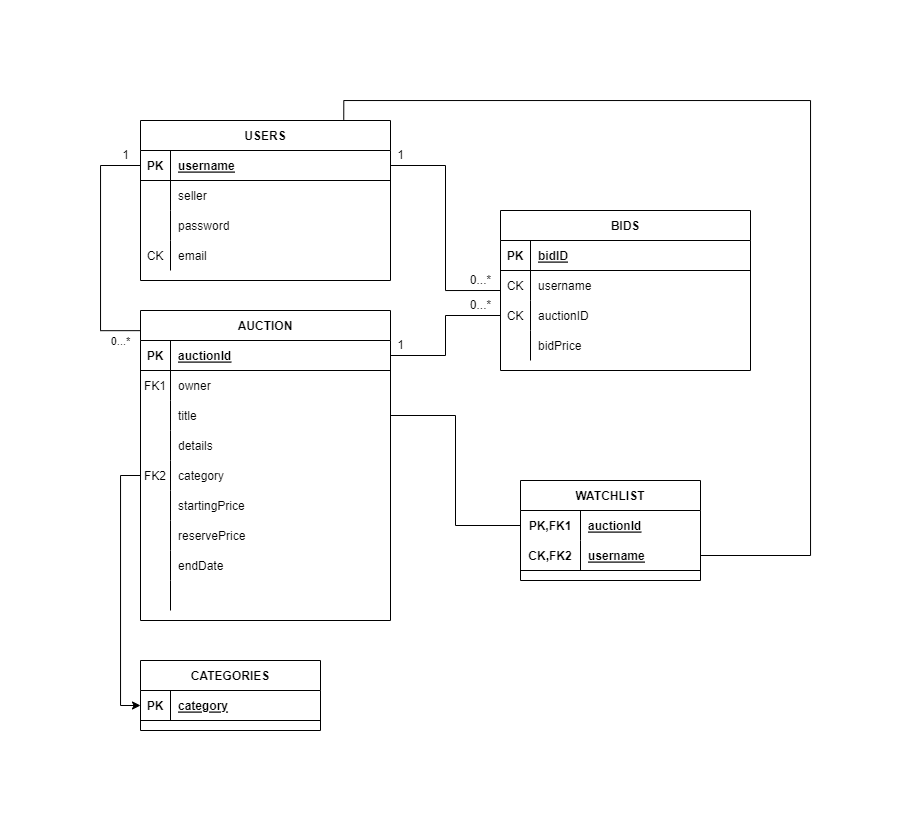
The draw.io diagram er-diagram.drawio.png in jcgloria/dbf_project, before a commit. Source tidied: cells renumbered, new cells last; positions are measured from the earlier drawing's top-left corner, leaving out a move shared by most shapes.
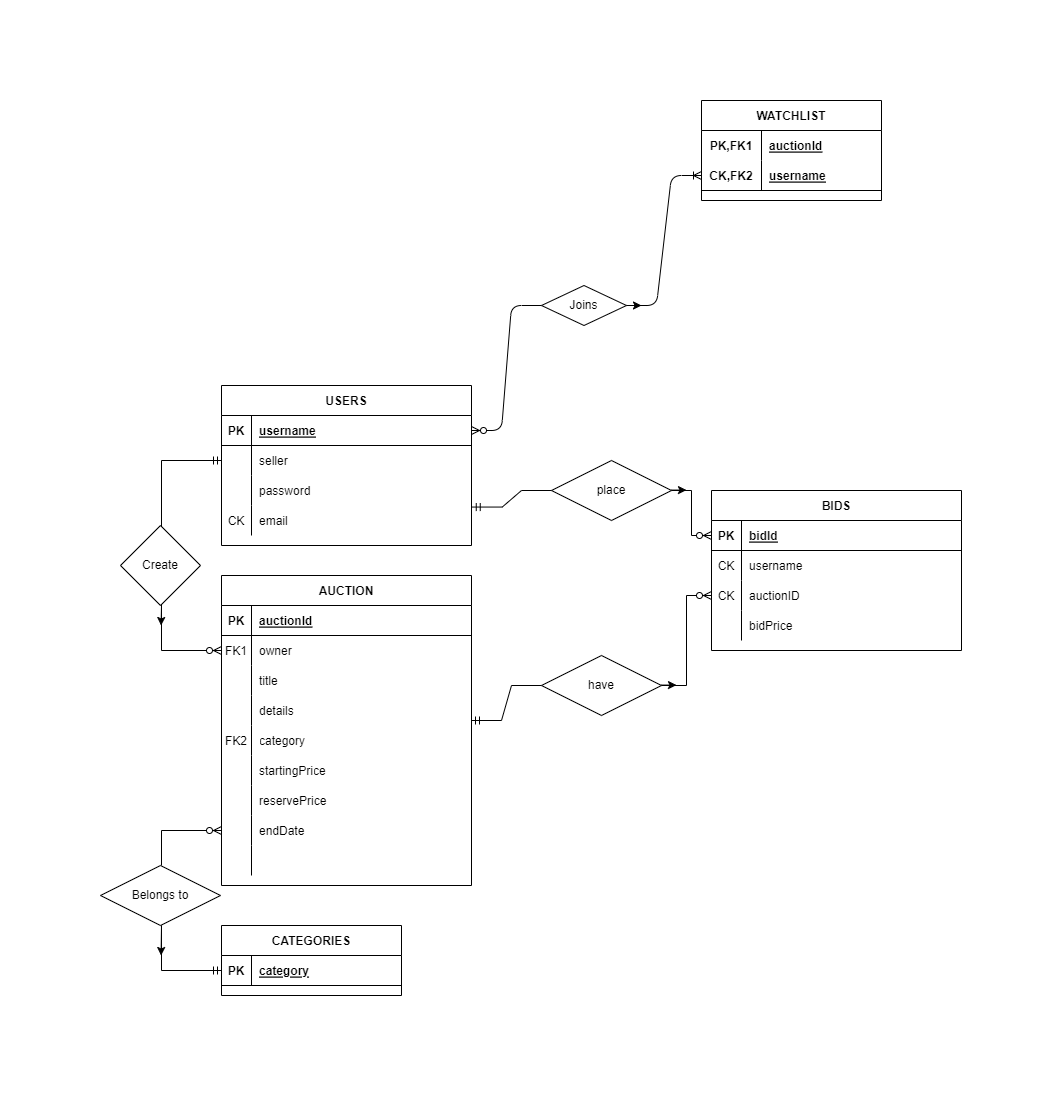
After the commit.

Diff of the diagram source:
```diff
@@ -87,7 +87,7 @@
       <mxGeometry x="30" width="220" height="30" as="geometry" />
     </mxCell>
     <mxCell id="30" value="BIDS" style="shape=table;startSize=30;rowLines=0;fontStyle=1;align=center;" parent="1" vertex="1">
-      <mxGeometry x="400" y="110" width="250" height="160" as="geometry" />
+      <mxGeometry x="530" y="125" width="250" height="160" as="geometry" />
     </mxCell>
     <mxCell id="31" style="shape=partialRectangle;fillColor=none;points=[[0,0.5],[1,0.5]];portConstraint=eastwest;top=0;left=0;right=0;bottom=1;" parent="30" vertex="1">
       <mxGeometry y="30" width="250" height="30" as="geometry" />
@@ -95,7 +95,7 @@
     <mxCell id="32" value="PK" style="shape=partialRectangle;overflow=hidden;fillColor=none;top=0;left=0;bottom=0;right=0;fontStyle=1;" parent="31" vertex="1">
       <mxGeometry width="30" height="30" as="geometry" />
     </mxCell>
-    <mxCell id="33" value="bidID" style="shape=partialRectangle;overflow=hidden;fillColor=none;top=0;left=0;bottom=0;right=0;align=left;spacingLeft=6;fontStyle=5;" parent="31" vertex="1">
+    <mxCell id="33" value="bidId" style="shape=partialRectangle;overflow=hidden;fillColor=none;top=0;left=0;bottom=0;right=0;align=left;spacingLeft=6;fontStyle=5;" parent="31" vertex="1">
       <mxGeometry x="30" width="220" height="30" as="geometry" />
     </mxCell>
     <mxCell id="34" style="shape=partialRectangle;fillColor=none;top=0;left=0;right=0;bottom=0;" parent="30" vertex="1">
@@ -176,45 +176,8 @@
     <mxCell id="59" value="category" style="shape=partialRectangle;fillColor=none;top=0;left=0;bottom=0;right=0;align=left;spacingLeft=6;fontStyle=5;overflow=hidden;" parent="57" vertex="1">
       <mxGeometry x="30" width="150" height="30" as="geometry" />
     </mxCell>
-    <mxCell id="60" style="edgeStyle=orthogonalEdgeStyle;rounded=0;jettySize=auto;html=1;exitX=0;exitY=0.5;exitDx=0;exitDy=0;entryX=0;entryY=0.5;entryDx=0;entryDy=0;" parent="1" edge="1" source="15" target="57">
-      <mxGeometry relative="1" as="geometry" />
-    </mxCell>
-    <mxCell id="61" style="edgeStyle=orthogonalEdgeStyle;rounded=0;jettySize=auto;html=1;exitX=0;exitY=0.5;exitDx=0;exitDy=0;entryX=0.001;entryY=0.065;entryDx=0;entryDy=0;entryPerimeter=0;endArrow=none;endFill=0;" parent="1" edge="1" source="44" target="2">
-      <mxGeometry relative="1" as="geometry">
-        <Array as="points">
-          <mxPoint y="65" />
-          <mxPoint y="230" />
-        </Array>
-      </mxGeometry>
-    </mxCell>
-    <mxCell id="62" value="0...*" style="edgeLabel;html=1;align=center;verticalAlign=middle;" parent="61" vertex="1">
-      <mxGeometry x="0.74" y="1" relative="1" as="geometry">
-        <mxPoint x="11" y="11" as="offset" />
-      </mxGeometry>
-    </mxCell>
-    <mxCell id="63" style="edgeStyle=orthogonalEdgeStyle;rounded=0;jettySize=auto;html=1;exitX=1;exitY=0.5;exitDx=0;exitDy=0;entryX=0;entryY=0.5;entryDx=0;entryDy=0;endArrow=none;endFill=0;" parent="1" edge="1" source="44" target="30">
-      <mxGeometry relative="1" as="geometry" />
-    </mxCell>
-    <mxCell id="64" style="edgeStyle=orthogonalEdgeStyle;rounded=0;jettySize=auto;html=1;exitX=0;exitY=0.5;exitDx=0;exitDy=0;entryX=1;entryY=0.5;entryDx=0;entryDy=0;endArrow=none;endFill=0;" parent="1" edge="1" source="37" target="3">
-      <mxGeometry relative="1" as="geometry" />
-    </mxCell>
-    <mxCell id="65" value="0...*" style="text;html=1;align=center;verticalAlign=middle;strokeColor=none;fillColor=none;" parent="1" vertex="1">
-      <mxGeometry x="360" y="165" width="40" height="30" as="geometry" />
-    </mxCell>
-    <mxCell id="66" value="1" style="text;html=1;align=center;verticalAlign=middle;strokeColor=none;fillColor=none;" parent="1" vertex="1">
-      <mxGeometry x="285" y="40" width="30" height="30" as="geometry" />
-    </mxCell>
-    <mxCell id="67" value="1" style="text;html=1;align=center;verticalAlign=middle;strokeColor=none;fillColor=none;" parent="1" vertex="1">
-      <mxGeometry x="10" y="40" width="30" height="30" as="geometry" />
-    </mxCell>
-    <mxCell id="68" value="0...*" style="text;html=1;align=center;verticalAlign=middle;strokeColor=none;fillColor=none;" parent="1" vertex="1">
-      <mxGeometry x="360" y="190" width="40" height="30" as="geometry" />
-    </mxCell>
-    <mxCell id="69" value="1" style="text;html=1;align=center;verticalAlign=middle;strokeColor=none;fillColor=none;" parent="1" vertex="1">
-      <mxGeometry x="285" y="230" width="30" height="30" as="geometry" />
-    </mxCell>
     <mxCell id="70" value="WATCHLIST" style="shape=table;startSize=30;rowLines=0;fontStyle=1;align=center;" parent="1" vertex="1">
-      <mxGeometry x="420" y="380" width="180" height="100" as="geometry" />
+      <mxGeometry x="520" y="-265" width="180" height="100" as="geometry" />
     </mxCell>
     <mxCell id="71" style="shape=tableRow;horizontal=0;startSize=0;swimlaneHead=0;swimlaneBody=0;fillColor=none;points=[[0,0.5],[1,0.5]];portConstraint=eastwest;top=0;left=0;right=0;bottom=0;" parent="70" vertex="1">
       <mxGeometry y="30" width="180" height="30" as="geometry" />
@@ -234,17 +197,93 @@
     <mxCell id="76" value="username" style="shape=partialRectangle;fillColor=none;top=0;left=0;bottom=0;right=0;align=left;spacingLeft=6;fontStyle=5;overflow=hidden;" parent="74" vertex="1">
       <mxGeometry x="60" width="120" height="30" as="geometry" />
     </mxCell>
-    <mxCell id="77" style="edgeStyle=orthogonalEdgeStyle;rounded=0;jettySize=auto;html=1;exitX=0;exitY=0.5;exitDx=0;exitDy=0;endArrow=none;endFill=0;" parent="1" edge="1" source="71" target="9">
-      <mxGeometry relative="1" as="geometry" />
-    </mxCell>
-    <mxCell id="78" style="edgeStyle=orthogonalEdgeStyle;rounded=0;jettySize=auto;html=1;exitX=1;exitY=0.5;exitDx=0;exitDy=0;entryX=0.813;entryY=-0.005;entryDx=0;entryDy=0;entryPerimeter=0;endArrow=none;endFill=0;" parent="1" edge="1" source="74" target="43">
-      <mxGeometry relative="1" as="geometry">
-        <Array as="points">
-          <mxPoint x="710" y="455" />
-          <mxPoint x="710" />
-          <mxPoint x="243" />
-        </Array>
-      </mxGeometry>
-    </mxCell>
+    <mxCell id="79" style="edgeStyle=entityRelationEdgeStyle;fontSize=12;html=1;endArrow=ERoneToMany;startArrow=none;fontFamily=Helvetica;fontColor=default;align=center;strokeColor=default;exitX=1;exitY=0.5;exitDx=0;exitDy=0;" parent="1" edge="1" source="80" target="74">
+      <mxGeometry relative="1" as="geometry" />
+    </mxCell>
+    <mxCell id="80" value="Joins" style="shape=rhombus;perimeter=rhombusPerimeter;whiteSpace=wrap;html=1;align=center;fontSize=12;" parent="1" vertex="1">
+      <mxGeometry x="360" y="-80" width="85" height="40" as="geometry" />
+    </mxCell>
+    <mxCell id="81" style="edgeStyle=entityRelationEdgeStyle;fontSize=12;html=1;endArrow=none;startArrow=ERzeroToMany;fontFamily=Helvetica;fontColor=default;align=center;strokeColor=default;exitX=1;exitY=0.5;exitDx=0;exitDy=0;" parent="1" edge="1" source="44" target="80">
+      <mxGeometry relative="1" as="geometry" />
+    </mxCell>
+    <mxCell id="82" style="edgeStyle=orthogonalEdgeStyle;fontSize=12;html=1;endArrow=ERzeroToMany;startArrow=none;rounded=0;entryX=0;entryY=0.5;entryDx=0;entryDy=0;exitX=1;exitY=0.5;exitDx=0;exitDy=0;" parent="1" edge="1" source="92" target="31">
+      <mxGeometry relative="1" as="geometry" />
+    </mxCell>
+    <mxCell id="83" style="edgeStyle=orthogonalEdgeStyle;fontSize=12;html=1;endArrow=ERzeroToMany;startArrow=none;rounded=0;exitX=1;exitY=0.5;exitDx=0;exitDy=0;" parent="1" edge="1" source="95" target="37">
+      <mxGeometry relative="1" as="geometry" />
+    </mxCell>
+    <mxCell id="84" style="fontSize=12;html=1;endArrow=ERzeroToMany;startArrow=ERmandOne;rounded=0;edgeStyle=orthogonalEdgeStyle;entryX=0;entryY=0.5;entryDx=0;entryDy=0;exitX=0;exitY=0.5;exitDx=0;exitDy=0;" parent="1" edge="1" source="47" target="6">
+      <mxGeometry relative="1" as="geometry">
+        <Array as="points">
+          <mxPoint x="-20" y="95" />
+          <mxPoint x="-20" y="285" />
+        </Array>
+      </mxGeometry>
+    </mxCell>
+    <mxCell id="85" value="Create" style="rhombus;whiteSpace=wrap;html=1;" parent="1" vertex="1">
+      <mxGeometry x="-61" y="160" width="80" height="80" as="geometry" />
+    </mxCell>
+    <mxCell id="86" style="fontSize=12;html=1;endArrow=ERzeroToMany;startArrow=none;rounded=0;exitX=0.5;exitY=0;exitDx=0;exitDy=0;entryX=0;entryY=0.5;entryDx=0;entryDy=0;" parent="1" edge="1" target="24">
+      <mxGeometry relative="1" as="geometry">
+        <mxPoint x="-20" y="500" as="sourcePoint" />
+        <Array as="points">
+          <mxPoint x="-20" y="465" />
+        </Array>
+      </mxGeometry>
+    </mxCell>
+    <mxCell id="87" value="Belongs to" style="shape=rhombus;perimeter=rhombusPerimeter;whiteSpace=wrap;html=1;align=center;" parent="1" vertex="1">
+      <mxGeometry x="-81" y="500" width="120" height="60" as="geometry" />
+    </mxCell>
+    <mxCell id="88" style="fontSize=12;html=1;endArrow=none;startArrow=ERmandOne;rounded=0;exitX=0;exitY=0.5;exitDx=0;exitDy=0;entryX=0.5;entryY=1;entryDx=0;entryDy=0;" parent="1" edge="1" source="57">
+      <mxGeometry relative="1" as="geometry">
+        <mxPoint x="-20" y="560" as="targetPoint" />
+        <Array as="points">
+          <mxPoint x="-20" y="605" />
+        </Array>
+      </mxGeometry>
+    </mxCell>
+    <mxCell id="89" style="endArrow=classic;html=1;rounded=0;exitX=1;exitY=0.5;exitDx=0;exitDy=0;" parent="1" edge="1" source="80">
+      <mxGeometry relative="1" as="geometry">
+        <mxPoint x="460" y="-60" as="targetPoint" />
+      </mxGeometry>
+    </mxCell>
+    <mxCell id="90" style="endArrow=classic;html=1;rounded=0;" parent="1" edge="1">
+      <mxGeometry relative="1" as="geometry">
+        <mxPoint x="-20" y="240" as="sourcePoint" />
+        <mxPoint x="-20.4" y="260" as="targetPoint" />
+      </mxGeometry>
+    </mxCell>
+    <mxCell id="91" style="endArrow=classic;html=1;rounded=0;" parent="1" edge="1">
+      <mxGeometry relative="1" as="geometry">
+        <mxPoint x="-20" y="560" as="sourcePoint" />
+        <mxPoint x="-20.4" y="590" as="targetPoint" />
+      </mxGeometry>
+    </mxCell>
+    <mxCell id="92" value="place" style="shape=rhombus;perimeter=rhombusPerimeter;whiteSpace=wrap;html=1;align=center;" parent="1" vertex="1">
+      <mxGeometry x="370" y="95" width="120" height="60" as="geometry" />
+    </mxCell>
+    <mxCell id="93" style="edgeStyle=entityRelationEdgeStyle;fontSize=12;html=1;endArrow=none;startArrow=ERmandOne;rounded=0;entryX=0;entryY=0.5;entryDx=0;entryDy=0;exitX=1.003;exitY=0.052;exitDx=0;exitDy=0;exitPerimeter=0;" parent="1" edge="1" source="53" target="92">
+      <mxGeometry relative="1" as="geometry" />
+    </mxCell>
+    <mxCell id="94" style="endArrow=classic;html=1;rounded=0;exitX=1;exitY=0.5;exitDx=0;exitDy=0;" parent="1" edge="1">
+      <mxGeometry relative="1" as="geometry">
+        <mxPoint x="490" y="124.6" as="sourcePoint" />
+        <mxPoint x="505" y="124.6" as="targetPoint" />
+      </mxGeometry>
+    </mxCell>
+    <mxCell id="95" value="have" style="shape=rhombus;perimeter=rhombusPerimeter;whiteSpace=wrap;html=1;align=center;" parent="1" vertex="1">
+      <mxGeometry x="360" y="290" width="120" height="60" as="geometry" />
+    </mxCell>
+    <mxCell id="96" style="edgeStyle=entityRelationEdgeStyle;fontSize=12;html=1;endArrow=none;startArrow=ERmandOne;rounded=0;" parent="1" edge="1" target="95">
+      <mxGeometry relative="1" as="geometry">
+        <mxPoint x="290" y="355" as="sourcePoint" />
+      </mxGeometry>
+    </mxCell>
+    <mxCell id="97" style="endArrow=classic;html=1;rounded=0;exitX=1;exitY=0.5;exitDx=0;exitDy=0;" parent="1" edge="1">
+      <mxGeometry relative="1" as="geometry">
+        <mxPoint x="480" y="319.6" as="sourcePoint" />
+        <mxPoint x="495" y="319.6" as="targetPoint" />
+      </mxGeometry>
+    </mxCell>
   </root>
 </mxGraphModel>
```
